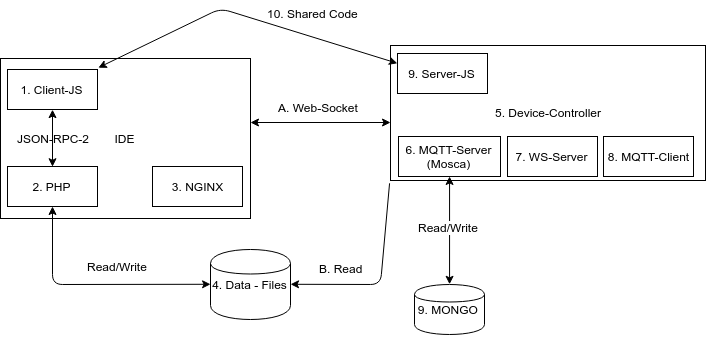
viktor-evdokimov/net-commander keeps this draw.io diagram as misc/overview_code.png. Above is the earlier version. Source tidied: cells renumbered, new cells last; positions are measured from the earlier drawing's top-left corner, leaving out a move shared by most shapes.
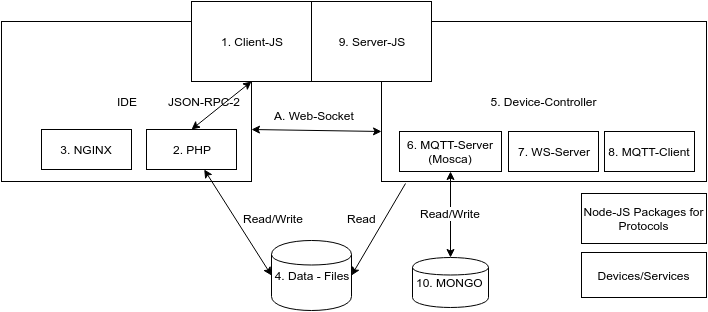
After the change.

Diff of the diagram source:
```diff
@@ -6,30 +6,30 @@
       <mxGeometry y="50" width="250" height="160" as="geometry" />
     </mxCell>
     <mxCell id="3" value="2. PHP" style="whiteSpace=wrap;html=1;" parent="1" vertex="1">
-      <mxGeometry x="7" y="158" width="90" height="40" as="geometry" />
+      <mxGeometry x="145" y="158" width="90" height="40" as="geometry" />
     </mxCell>
     <mxCell id="4" value="3. NGINX" style="whiteSpace=wrap;html=1;" parent="1" vertex="1">
-      <mxGeometry x="152" y="158" width="90" height="40" as="geometry" />
+      <mxGeometry x="40" y="158" width="90" height="40" as="geometry" />
     </mxCell>
-    <mxCell id="5" value="9. MONGO&amp;nbsp;" style="shape=cylinder;whiteSpace=wrap;html=1;" parent="1" vertex="1">
-      <mxGeometry x="414" y="276" width="70" height="50" as="geometry" />
+    <mxCell id="5" value="10. MONGO&amp;nbsp;" style="shape=cylinder;whiteSpace=wrap;html=1;" parent="1" vertex="1">
+      <mxGeometry x="411" y="286" width="76" height="50" as="geometry" />
     </mxCell>
     <mxCell id="6" value="5. Device-Controller" style="whiteSpace=wrap;html=1;" parent="1" vertex="1">
-      <mxGeometry x="390" y="37" width="315" height="135" as="geometry" />
+      <mxGeometry x="380" y="50" width="325" height="160" as="geometry" />
     </mxCell>
     <mxCell id="7" value="7. WS-Server" style="whiteSpace=wrap;html=1;" parent="1" vertex="1">
-      <mxGeometry x="507" y="128" width="90" height="40" as="geometry" />
+      <mxGeometry x="507" y="160" width="90" height="40" as="geometry" />
     </mxCell>
     <mxCell id="8" value="8. MQTT-Client" style="whiteSpace=wrap;html=1;" parent="1" vertex="1">
-      <mxGeometry x="603" y="128" width="90" height="40" as="geometry" />
+      <mxGeometry x="603" y="160" width="90" height="40" as="geometry" />
     </mxCell>
     <mxCell id="9" value="1. Client-JS" style="whiteSpace=wrap;html=1;" parent="1" vertex="1">
-      <mxGeometry x="7" y="61" width="90" height="40" as="geometry" />
+      <mxGeometry x="190" y="30" width="120" height="80" as="geometry" />
     </mxCell>
     <mxCell id="10" style="endArrow=classic;startArrow=classic;html=1;" parent="1" edge="1">
       <mxGeometry relative="1" as="geometry">
-        <mxPoint x="250" y="114" as="sourcePoint" />
-        <mxPoint x="390" y="114" as="targetPoint" />
+        <mxPoint x="250" y="158" as="sourcePoint" />
+        <mxPoint x="380" y="160" as="targetPoint" />
       </mxGeometry>
     </mxCell>
     <mxCell id="11" value="A. Web-Socket" style="text;html=1;align=center;verticalAlign=middle;labelBackgroundColor=#ffffff;" parent="10" vertex="1">
@@ -38,7 +38,7 @@
       </mxGeometry>
     </mxCell>
     <mxCell id="12" value="6. MQTT-Server (Mosca)" style="whiteSpace=wrap;html=1;" parent="1" vertex="1">
-      <mxGeometry x="398" y="128" width="102" height="40" as="geometry" />
+      <mxGeometry x="398" y="160" width="102" height="40" as="geometry" />
     </mxCell>
     <mxCell id="13" style="endArrow=classic;startArrow=classic;html=1;entryX=0.5;entryY=1;exitX=0.5;exitY=0;" parent="1" edge="1" source="5" target="12">
       <mxGeometry relative="1" as="geometry" />
@@ -47,52 +47,38 @@
       <mxGeometry x="0.06" y="1" relative="1" as="geometry" />
     </mxCell>
     <mxCell id="15" value="4. Data - Files" style="shape=cylinder;whiteSpace=wrap;html=1;" parent="1" vertex="1">
-      <mxGeometry x="210" y="241" width="80" height="70" as="geometry" />
+      <mxGeometry x="270" y="269" width="80" height="70" as="geometry" />
     </mxCell>
     <mxCell id="16" style="endArrow=classic;startArrow=classic;html=1;exitX=0;exitY=0.5;" parent="1" edge="1" source="15" target="3">
-      <mxGeometry relative="1" as="geometry">
-        <Array as="points">
-          <mxPoint x="52" y="276" />
-        </Array>
-      </mxGeometry>
+      <mxGeometry relative="1" as="geometry" />
     </mxCell>
     <mxCell id="17" value="Read/Write" style="text;html=1;align=center;verticalAlign=middle;labelBackgroundColor=#ffffff;" parent="16" vertex="1">
       <mxGeometry x="-0.14" y="-1" relative="1" as="geometry">
-        <mxPoint x="8" y="-17" as="offset" />
+        <mxPoint x="30" y="-11" as="offset" />
       </mxGeometry>
     </mxCell>
-    <mxCell id="18" style="endArrow=classic;html=1;exitX=-0.003;exitY=1.021;exitPerimeter=0;entryX=1;entryY=0.5;" parent="1" edge="1" source="6" target="15">
-      <mxGeometry relative="1" as="geometry">
-        <Array as="points">
-          <mxPoint x="380" y="276" />
-        </Array>
-      </mxGeometry>
+    <mxCell id="18" style="endArrow=classic;html=1;exitX=0.074;exitY=1.013;exitPerimeter=0;entryX=1;entryY=0.5;" parent="1" edge="1" source="6" target="15">
+      <mxGeometry relative="1" as="geometry" />
     </mxCell>
-    <mxCell id="19" value="B. Read" style="text;html=1;align=center;verticalAlign=middle;labelBackgroundColor=#ffffff;" parent="18" vertex="1">
+    <mxCell id="19" value="&lt;div&gt;&lt;span style=&quot;line-height: 1.2&quot;&gt;Read&lt;/span&gt;&lt;br&gt;&lt;/div&gt;" style="text;html=1;align=center;verticalAlign=middle;labelBackgroundColor=#ffffff;" parent="18" vertex="1">
       <mxGeometry x="0.27" y="2" relative="1" as="geometry">
-        <mxPoint x="-20" y="-18" as="offset" />
+        <mxPoint x="-11" y="-25" as="offset" />
       </mxGeometry>
     </mxCell>
     <mxCell id="20" value="9. Server-JS" style="whiteSpace=wrap;html=1;" parent="1" vertex="1">
-      <mxGeometry x="397" y="45" width="90" height="40" as="geometry" />
+      <mxGeometry x="310" y="30" width="120" height="80" as="geometry" />
     </mxCell>
-    <mxCell id="21" style="endArrow=classic;startArrow=classic;html=1;entryX=0;entryY=0.25;exitX=1.011;exitY=-0.05;exitPerimeter=0;" parent="1" edge="1" source="9" target="20">
-      <mxGeometry relative="1" as="geometry">
-        <Array as="points">
-          <mxPoint x="220" />
-        </Array>
-      </mxGeometry>
-    </mxCell>
-    <mxCell id="22" value="10. Shared Code" style="text;html=1;align=center;verticalAlign=middle;labelBackgroundColor=#ffffff;" parent="21" vertex="1">
-      <mxGeometry x="-0.16" y="-34" relative="1" as="geometry">
-        <mxPoint x="102" y="-28" as="offset" />
-      </mxGeometry>
-    </mxCell>
     <mxCell id="23" style="endArrow=classic;startArrow=classic;html=1;entryX=0.5;entryY=1;exitX=0.5;exitY=0;" parent="1" edge="1" source="3" target="9">
       <mxGeometry relative="1" as="geometry" />
     </mxCell>
     <mxCell id="24" value="JSON-RPC-2" style="text;html=1;strokeColor=none;fillColor=none;align=center;verticalAlign=middle;whiteSpace=wrap;overflow=hidden;" parent="1" vertex="1">
-      <mxGeometry x="10" y="120" width="83" height="20" as="geometry" />
+      <mxGeometry x="160" y="120" width="83" height="20" as="geometry" />
     </mxCell>
+    <mxCell id="25" value="Node-JS Packages for Protocols" style="whiteSpace=wrap;html=1;" parent="1" vertex="1">
+      <mxGeometry x="580" y="222" width="125" height="50" as="geometry" />
+    </mxCell>
+    <mxCell id="26" value="Devices/Services" style="whiteSpace=wrap;html=1;" parent="1" vertex="1">
+      <mxGeometry x="580" y="281" width="125" height="45" as="geometry" />
+    </mxCell>
   </root>
 </mxGraphModel>
```
